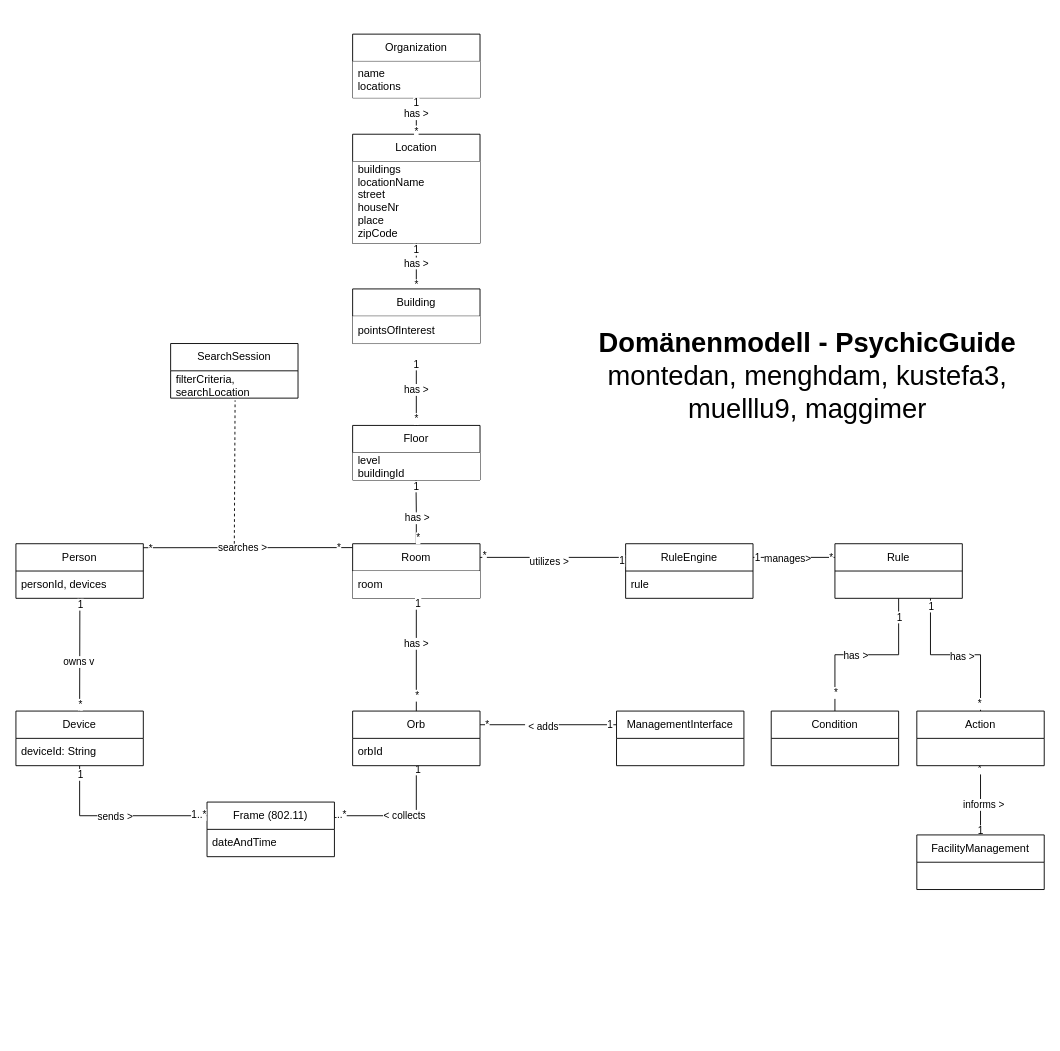
The draw.io diagram PM3_domain_model.drawio in phyllomenous/PM3_DomainModel, before the edit. Source tidied: cells renumbered, new cells numbered last; positions are measured from the earlier drawing's top-left corner, leaving out a move shared by most shapes. Both pictures are drawn from the tidied source at 91%, with x=0, y=0 at pixel (15, 34).
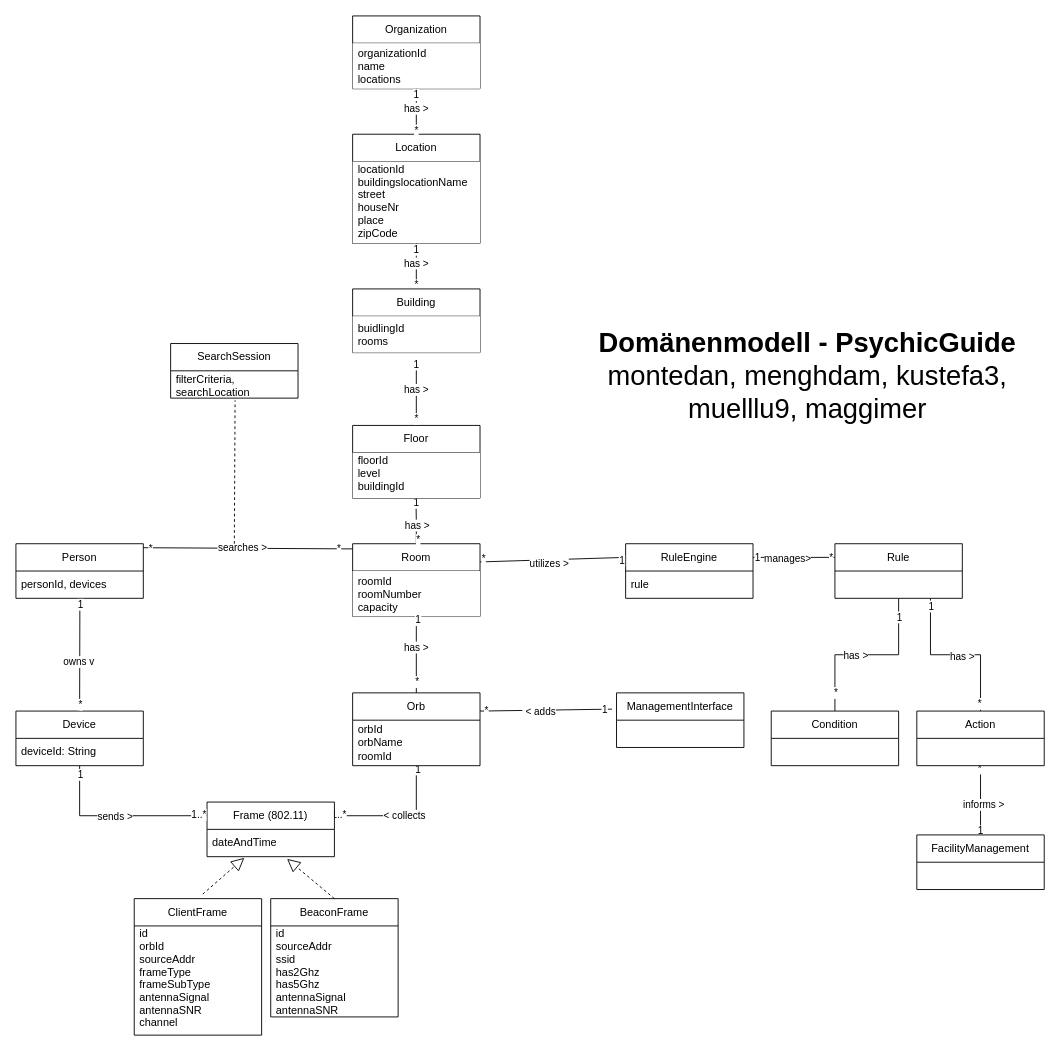
Above is the later version.

Unchanged cells that the change refers to:
```xml
<mxCell id="10" value="Location" style="swimlane;fontStyle=0;horizontal=1;startSize=30;whiteSpace=wrap;html=1;swimlaneFillColor=default;" parent="1" vertex="1">
  <mxGeometry x="370" y="110" width="140" height="120" as="geometry" />
</mxCell>
<mxCell id="33" value="dateAndTime" style="text;strokeColor=none;fillColor=none;align=left;verticalAlign=middle;spacingLeft=4;spacingRight=4;overflow=hidden;points=[[0,0.5],[1,0.5]];portConstraint=eastwest;whiteSpace=wrap;html=1;" parent="32" vertex="1">
  <mxGeometry y="30" width="140" height="30" as="geometry" />
</mxCell>
```

Change to the diagram source:
```diff
@@
-    <mxCell id="2" style="rounded=0;jettySize=auto;html=1;exitX=0;exitY=0.25;exitDx=0;exitDy=0;entryX=1;entryY=0.25;entryDx=0;entryDy=0;endArrow=none;endFill=0;" parent="1" edge="1" source="49" target="18">
+    <mxCell id="2" style="rounded=0;jettySize=auto;html=1;exitX=-0.036;exitY=0.298;exitDx=0;exitDy=0;entryX=1;entryY=0.25;entryDx=0;entryDy=0;endArrow=none;endFill=0;exitPerimeter=0;" parent="1" edge="1" source="49" target="18">
       <mxGeometry relative="1" as="geometry" />
     </mxCell>
@@
-    <mxCell id="11" value="buildings&#10;locationName&#10;street&#10;houseNr&#10;place&#10;zipCode&#10;&#10;&#10;" style="text;strokeColor=none;fillColor=default;align=left;verticalAlign=middle;spacingLeft=4;spacingRight=4;overflow=hidden;" parent="10" vertex="1">
+    <mxCell id="11" value="locationId&#10;buildingslocationName&#10;street&#10;houseNr&#10;place&#10;zipCode&#10;&#10;&#10;" style="text;strokeColor=none;fillColor=default;align=left;verticalAlign=middle;spacingLeft=4;spacingRight=4;overflow=hidden;" parent="10" vertex="1">
       <mxGeometry y="30" width="140" height="90" as="geometry" />
     </mxCell>
     <mxCell id="12" value="Room" style="swimlane;fontStyle=0;horizontal=1;startSize=30;whiteSpace=wrap;html=1;swimlaneFillColor=default;" parent="1" vertex="1">
-      <mxGeometry x="370" y="560" width="140" height="60" as="geometry" />
+      <mxGeometry x="370" y="560" width="140" height="80" as="geometry" />
     </mxCell>
-    <mxCell id="13" value="room" style="text;strokeColor=none;fillColor=default;align=left;verticalAlign=middle;spacingLeft=4;spacingRight=4;overflow=hidden;whiteSpace=wrap;html=1;" parent="12" vertex="1">
-      <mxGeometry y="30" width="140" height="30" as="geometry" />
+    <mxCell id="13" value="roomId&#10;roomNumber&#10;capacity" style="text;strokeColor=none;fillColor=default;align=left;verticalAlign=middle;spacingLeft=4;spacingRight=4;overflow=hidden;" parent="12" vertex="1">
+      <mxGeometry y="30" width="140" height="50" as="geometry" />
     </mxCell>
@@
     <mxCell id="18" value="Orb" style="swimlane;fontStyle=0;horizontal=1;startSize=30;whiteSpace=wrap;html=1;swimlaneFillColor=default;" parent="1" vertex="1">
-      <mxGeometry x="370" y="743.9" width="140" height="60" as="geometry" />
+      <mxGeometry x="370" y="723.9" width="140" height="80" as="geometry" />
     </mxCell>
-    <mxCell id="19" value="orbId" style="text;strokeColor=none;fillColor=none;align=left;verticalAlign=middle;spacingLeft=4;spacingRight=4;overflow=hidden;whiteSpace=wrap;html=1;" parent="18" vertex="1">
-      <mxGeometry y="30" width="140" height="30" as="geometry" />
+    <mxCell id="19" value="&lt;div&gt;orbId&lt;/div&gt;&lt;div&gt;orbName&lt;/div&gt;&lt;div&gt;roomId&lt;br&gt;&lt;/div&gt;" style="text;strokeColor=none;fillColor=none;align=left;verticalAlign=middle;spacingLeft=4;spacingRight=4;overflow=hidden;whiteSpace=wrap;html=1;" parent="18" vertex="1">
+      <mxGeometry y="30" width="140" height="50" as="geometry" />
     </mxCell>
@@
     <mxCell id="49" value="ManagementInterface" style="swimlane;fontStyle=0;horizontal=1;startSize=30;whiteSpace=wrap;html=1;swimlaneFillColor=default;" parent="1" vertex="1">
-      <mxGeometry x="660" y="743.9" width="140" height="60" as="geometry" />
+      <mxGeometry x="660" y="723.9" width="140" height="60" as="geometry" />
     </mxCell>
@@
     <mxCell id="77" value="Organization" style="swimlane;fontStyle=0;horizontal=1;startSize=30;whiteSpace=wrap;html=1;swimlaneFillColor=default;" parent="1" vertex="1">
-      <mxGeometry x="370" width="140" height="70" as="geometry" />
+      <mxGeometry x="370" y="-20" width="140" height="80" as="geometry" />
     </mxCell>
-    <mxCell id="78" value="name&#10;locations" style="text;strokeColor=none;fillColor=default;align=left;verticalAlign=middle;spacingLeft=4;spacingRight=4;overflow=hidden;points=[[0,0.5],[1,0.5]];portConstraint=eastwest;" parent="77" vertex="1">
-      <mxGeometry y="30" width="140" height="40" as="geometry" />
+    <mxCell id="78" value="organizationId&#10;name&#10;locations" style="text;strokeColor=none;fillColor=default;align=left;verticalAlign=middle;spacingLeft=4;spacingRight=4;overflow=hidden;points=[[0,0.5],[1,0.5]];portConstraint=eastwest;" parent="77" vertex="1">
+      <mxGeometry y="30" width="140" height="50" as="geometry" />
     </mxCell>
@@
     <mxCell id="83" value="Floor" style="swimlane;fontStyle=0;horizontal=1;startSize=30;whiteSpace=wrap;html=1;swimlaneFillColor=default;" parent="1" vertex="1">
-      <mxGeometry x="370" y="430" width="140" height="60" as="geometry" />
+      <mxGeometry x="370" y="430" width="140" height="80" as="geometry" />
     </mxCell>
-    <mxCell id="84" value="level&#10;buildingId&#10;" style="text;strokeColor=none;fillColor=default;align=left;verticalAlign=middle;spacingLeft=4;spacingRight=4;overflow=hidden;points=[[0,0.5],[1,0.5]];portConstraint=eastwest;" parent="83" vertex="1">
-      <mxGeometry y="30" width="140" height="30" as="geometry" />
+    <mxCell id="84" value="floorId&#10;level&#10;buildingId&#10;" style="text;strokeColor=none;fillColor=default;align=left;verticalAlign=middle;spacingLeft=4;spacingRight=4;overflow=hidden;points=[[0,0.5],[1,0.5]];portConstraint=eastwest;" parent="83" vertex="1">
+      <mxGeometry y="30" width="140" height="50" as="geometry" />
     </mxCell>
     <mxCell id="85" value="Building" style="swimlane;fontStyle=0;horizontal=1;startSize=30;whiteSpace=wrap;html=1;swimlaneFillColor=default;" parent="1" vertex="1">
-      <mxGeometry x="370" y="280" width="140" height="60" as="geometry" />
+      <mxGeometry x="370" y="280" width="140" height="70" as="geometry" />
     </mxCell>
-    <mxCell id="86" value="pointsOfInterest" style="text;strokeColor=none;fillColor=default;align=left;verticalAlign=middle;spacingLeft=4;spacingRight=4;overflow=hidden;" parent="85" vertex="1">
-      <mxGeometry y="30" width="140" height="30" as="geometry" />
+    <mxCell id="86" value="buidlingId&#10;rooms" style="text;strokeColor=none;fillColor=default;align=left;verticalAlign=middle;spacingLeft=4;spacingRight=4;overflow=hidden;" parent="85" vertex="1">
+      <mxGeometry y="30" width="140" height="40" as="geometry" />
     </mxCell>
@@
+    <mxCell id="91" style="endArrow=block;dashed=1;endFill=0;endSize=12;html=1;rounded=0;entryX=0.293;entryY=1.043;entryDx=0;entryDy=0;entryPerimeter=0;exitX=0.538;exitY=-0.033;exitDx=0;exitDy=0;exitPerimeter=0;" parent="1" edge="1" source="92" target="33">
+      <mxGeometry relative="1" as="geometry" />
+    </mxCell>
+    <mxCell id="92" value="ClientFrame" style="swimlane;fontStyle=0;horizontal=1;startSize=30;swimlaneFillColor=default;" parent="1" vertex="1">
+      <mxGeometry x="130" y="950" width="140" height="150" as="geometry" />
+    </mxCell>
+    <mxCell id="93" value="id&#10;orbId&#10;sourceAddr&#10;frameType&#10;frameSubType&#10;antennaSignal&#10;antennaSNR&#10;channel&#10;" style="text;strokeColor=none;fillColor=none;align=left;verticalAlign=middle;spacingLeft=4;spacingRight=4;overflow=hidden;" parent="92" vertex="1">
+      <mxGeometry y="30" width="140" height="120" as="geometry" />
+    </mxCell>
+    <mxCell id="94" value="BeaconFrame" style="swimlane;fontStyle=0;horizontal=1;startSize=30;swimlaneFillColor=default;" parent="1" vertex="1">
+      <mxGeometry x="280" y="950" width="140" height="130" as="geometry" />
+    </mxCell>
+    <mxCell id="95" value="id&#10;sourceAddr&#10;ssid&#10;has2Ghz&#10;has5Ghz&#10;antennaSignal&#10;antennaSNR&#10;" style="text;strokeColor=none;fillColor=none;align=left;verticalAlign=middle;spacingLeft=4;spacingRight=4;overflow=hidden;" parent="94" vertex="1">
+      <mxGeometry y="30" width="140" height="100" as="geometry" />
+    </mxCell>
+    <mxCell id="96" style="endArrow=block;dashed=1;endFill=0;endSize=12;html=1;rounded=0;entryX=0.628;entryY=1.081;entryDx=0;entryDy=0;entryPerimeter=0;exitX=0.5;exitY=0;exitDx=0;exitDy=0;" parent="1" edge="1" source="94" target="33">
+      <mxGeometry relative="1" as="geometry" />
+    </mxCell>
```
